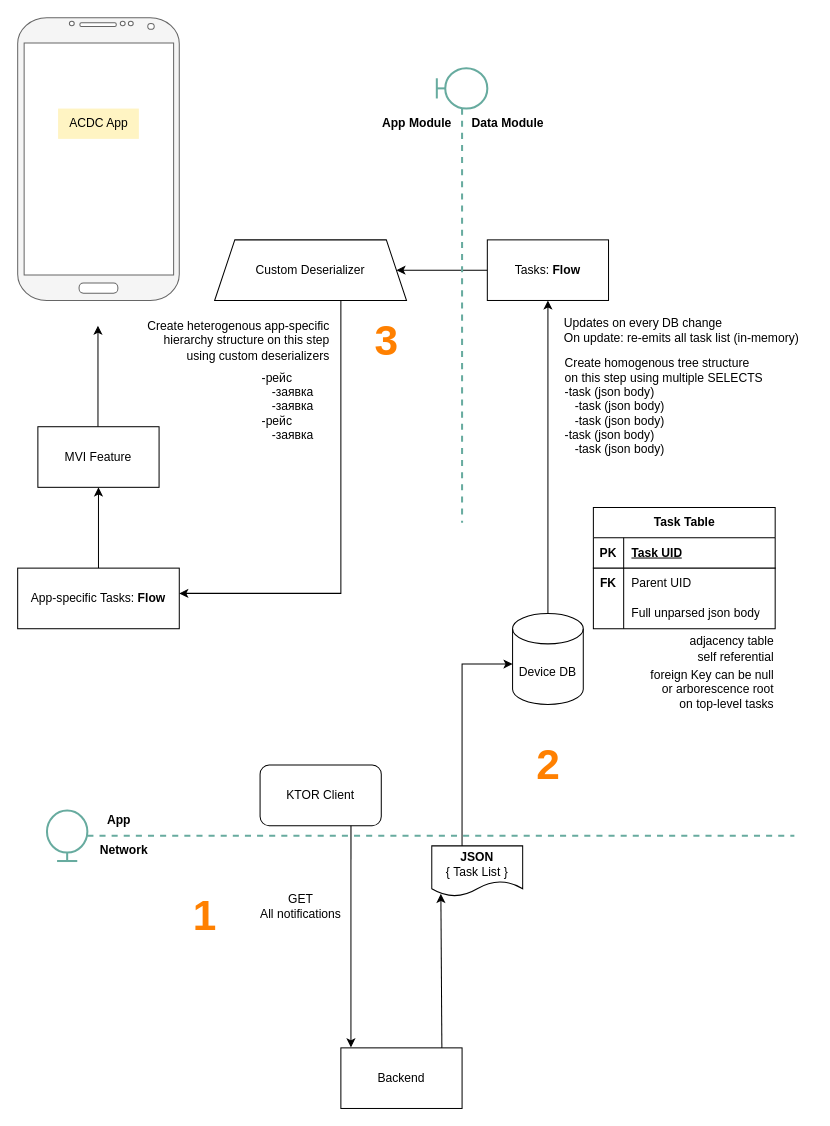
This is DataLayerACDC.drawio from SarifIndustries/DrawioDiagrams, a draw.io file, before an edit. Source tidied: cells renumbered, new cells numbered last; positions are measured from the earlier drawing's top-left corner, leaving out a move shared by most shapes. Both pictures are drawn from the tidied source at 101%, with x=0, y=0 at pixel (17, 17).
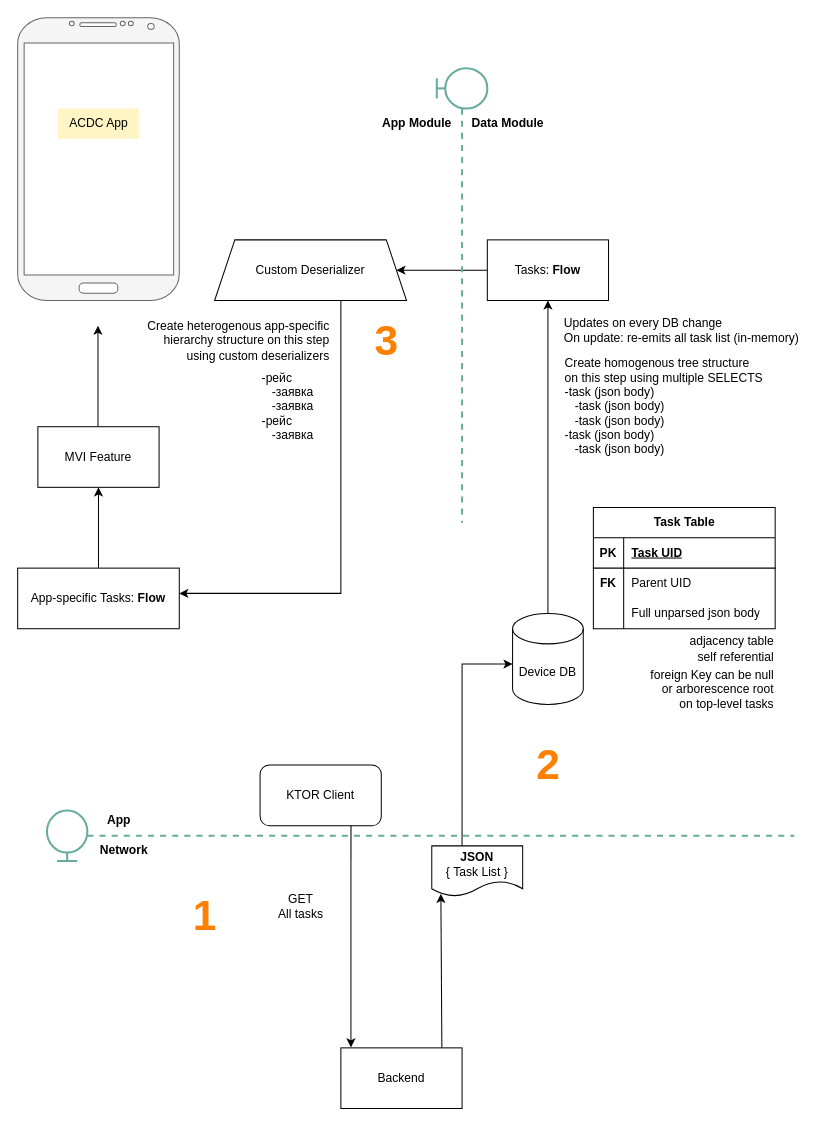
Above is the later version.

Change to the diagram source:
```diff
@@
-    <mxCell id="8" value="GET&lt;br&gt;All notifications" style="text;html=1;align=center;verticalAlign=middle;strokeColor=none;fillColor=none;" parent="1" vertex="1">
-      <mxGeometry x="230" y="860" width="100" height="40" as="geometry" />
+    <mxCell id="8" value="GET&lt;br&gt;All tasks" style="text;html=1;align=center;verticalAlign=middle;strokeColor=none;fillColor=none;" parent="1" vertex="1">
+      <mxGeometry x="245" y="860" width="70" height="40" as="geometry" />
     </mxCell>
```
